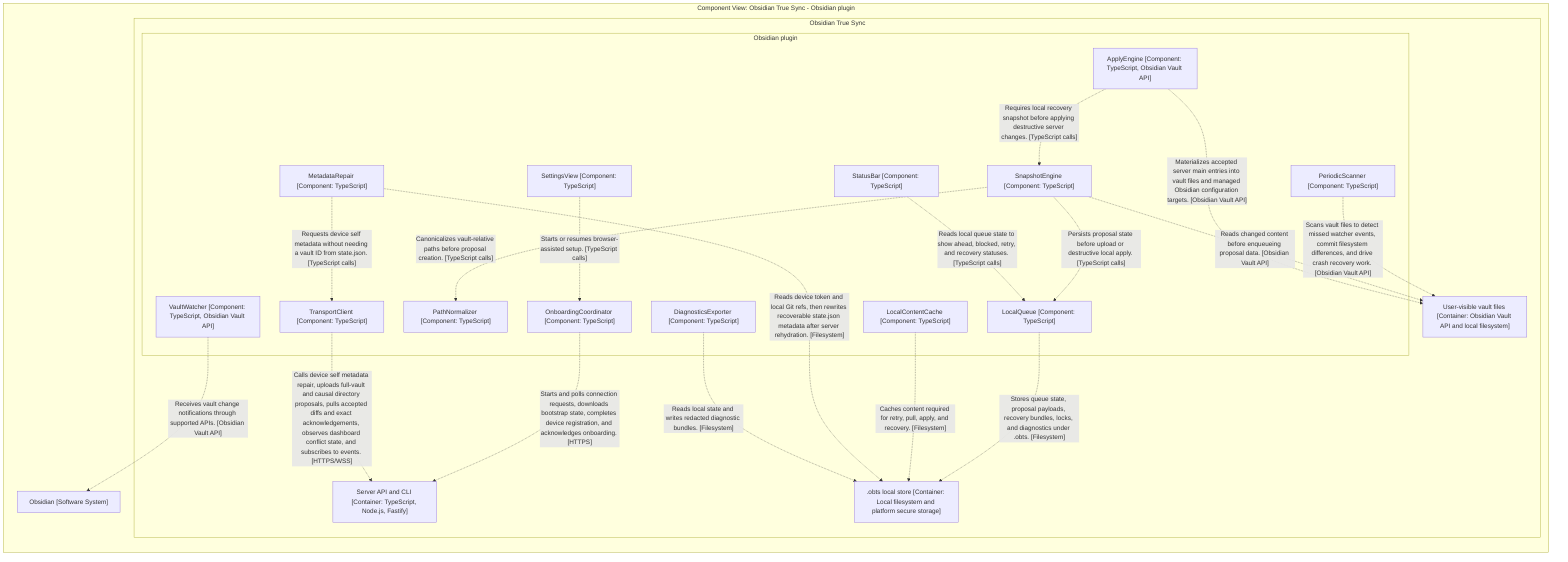
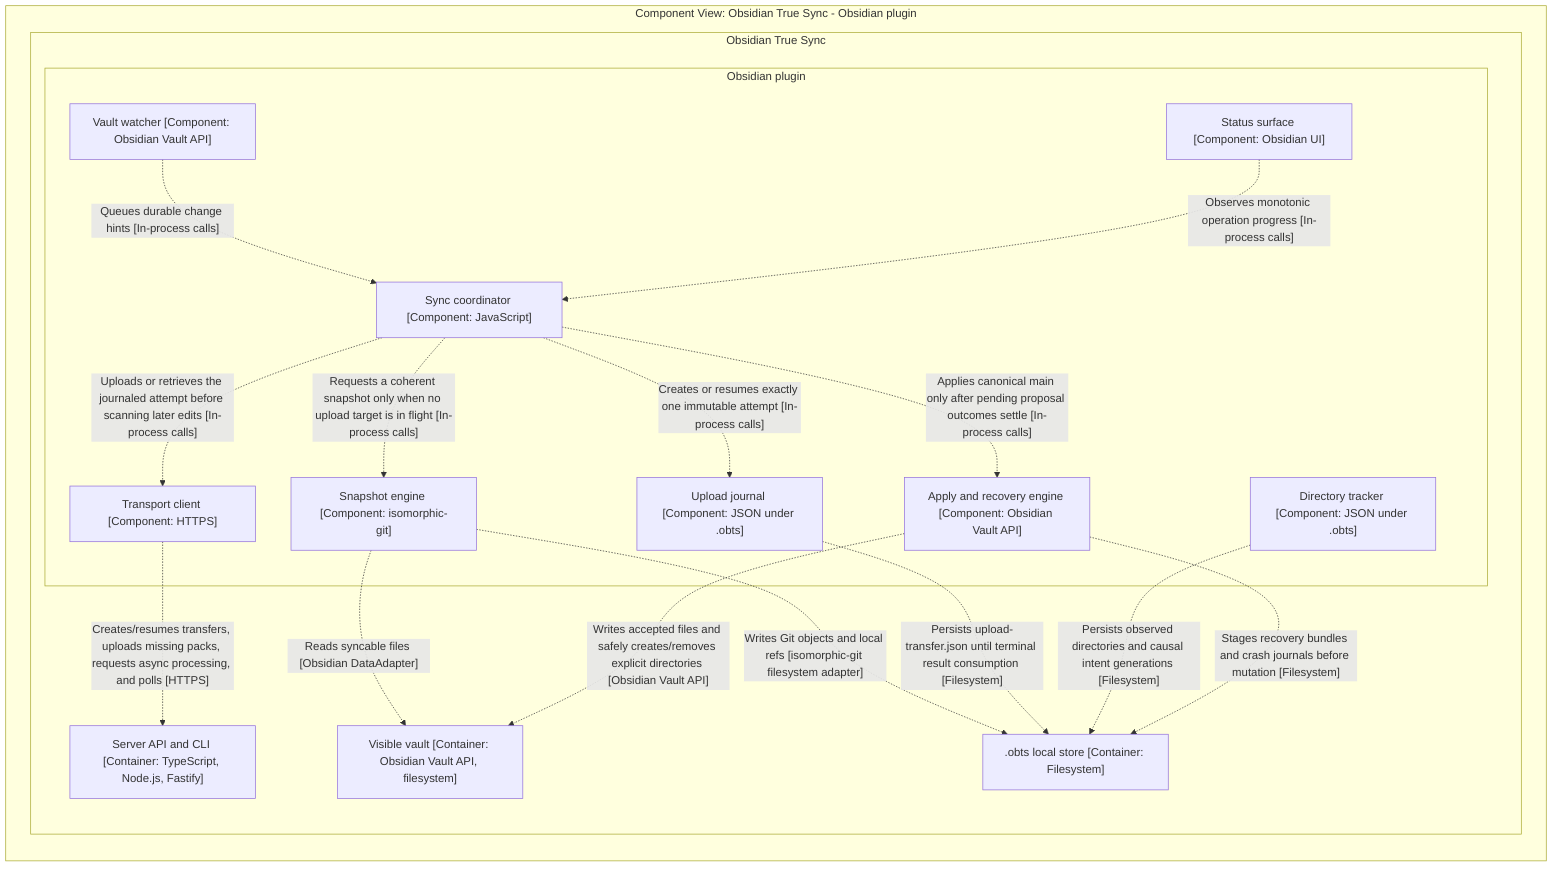
graph LR

  subgraph diagram ["Component View: Obsidian True Sync - Obsidian plugin"]

-     4["Obsidian [Software System]"]
+     subgraph 5 ["Obsidian True Sync"]

-     subgraph 6 ["Obsidian True Sync"]
+       subgraph 6 ["Obsidian plugin"]

-       subgraph 31 ["Obsidian plugin"]
- 
-         32["SettingsView [Component: TypeScript]"]
-         33["OnboardingCoordinator [Component: TypeScript]"]
-         34["StatusBar [Component: TypeScript]"]
-         35["VaultWatcher [Component: TypeScript, Obsidian Vault API]"]
-         36["PeriodicScanner [Component: TypeScript]"]
-         37["PathNormalizer [Component: TypeScript]"]
-         38["SnapshotEngine [Component: TypeScript]"]
-         39["LocalQueue [Component: TypeScript]"]
-         40["LocalContentCache [Component: TypeScript]"]
-         41["MetadataRepair [Component: TypeScript]"]
-         42["TransportClient [Component: TypeScript]"]
-         43["ApplyEngine [Component: TypeScript, Obsidian Vault API]"]
-         44["DiagnosticsExporter [Component: TypeScript]"]
+         10["Upload journal [Component: JSON under .obts]"]
+         11["Transport client [Component: HTTPS]"]
+         12["Directory tracker [Component: JSON under .obts]"]
+         13["Apply and recovery engine [Component: Obsidian Vault API]"]
+         14["Status surface [Component: Obsidian UI]"]
+         7["Vault watcher [Component: Obsidian Vault API]"]
+         8["Sync coordinator [Component: JavaScript]"]
+         9["Snapshot engine [Component: isomorphic-git]"]
      end

-       45["User-visible vault files [Container: Obsidian Vault API and local filesystem]"]
-       46[".obts local store [Container: Local filesystem and platform secure storage]"]
-       7["Server API and CLI [Container: TypeScript, Node.js, Fastify]"]
+       20["Server API and CLI [Container: TypeScript, Node.js, Fastify]"]
+       29["Visible vault [Container: Obsidian Vault API, filesystem]"]
+       30[".obts local store [Container: Filesystem]"]
    end

-     32-. "Starts or resumes browser-assisted setup. [TypeScript calls]" .->33
-     33-. "Starts and polls connection requests, downloads bootstrap state, completes device registration, and acknowledges onboarding. [HTTPS]" .->7
-     35-. "Receives vault change notifications through supported APIs. [Obsidian Vault API]" .->4
-     36-. "Scans vault files to detect missed watcher events, commit filesystem differences, and drive crash recovery work. [Obsidian Vault API]" .->45
-     38-. "Canonicalizes vault-relative paths before proposal creation. [TypeScript calls]" .->37
-     38-. "Reads changed content before enqueueing proposal data. [Obsidian Vault API]" .->45
-     38-. "Persists proposal state before upload or destructive local apply. [TypeScript calls]" .->39
-     39-. "Stores queue state, proposal payloads, recovery bundles, locks, and diagnostics under .obts. [Filesystem]" .->46
-     40-. "Caches content required for retry, pull, apply, and recovery. [Filesystem]" .->46
-     41-. "Reads device token and local Git refs, then rewrites recoverable state.json metadata after server rehydration. [Filesystem]" .->46
-     41-. "Requests device self metadata without needing a vault ID from state.json. [TypeScript calls]" .->42
-     42-. "Calls device self metadata repair, uploads full-vault and causal directory proposals, pulls accepted diffs and exact acknowledgements, observes dashboard conflict state, and subscribes to events. [HTTPS/WSS]" .->7
-     43-. "Requires local recovery snapshot before applying destructive server changes. [TypeScript calls]" .->38
-     43-. "Materializes accepted server main entries into vault files and managed Obsidian configuration targets. [Obsidian Vault API]" .->45
-     34-. "Reads local queue state to show ahead, blocked, retry, and recovery statuses. [TypeScript calls]" .->39
-     44-. "Reads local state and writes redacted diagnostic bundles. [Filesystem]" .->46
+     7-. "Queues durable change hints [In-process calls]" .->8
+     8-. "Requests a coherent snapshot only when no upload target is in flight [In-process calls]" .->9
+     9-. "Reads syncable files [Obsidian DataAdapter]" .->29
+     9-. "Writes Git objects and local refs [isomorphic-git filesystem adapter]" .->30
+     8-. "Creates or resumes exactly one immutable attempt [In-process calls]" .->10
+     10-. "Persists upload-transfer.json until terminal result consumption [Filesystem]" .->30
+     8-. "Uploads or retrieves the journaled attempt before scanning later edits [In-process calls]" .->11
+     11-. "Creates/resumes transfers, uploads missing packs, requests async processing, and polls [HTTPS]" .->20
+     12-. "Persists observed directories and causal intent generations [Filesystem]" .->30
+     8-. "Applies canonical main only after pending proposal outcomes settle [In-process calls]" .->13
+     13-. "Writes accepted files and safely creates/removes explicit directories [Obsidian Vault API]" .->29
+     13-. "Stages recovery bundles and crash journals before mutation [Filesystem]" .->30
+     14-. "Observes monotonic operation progress [In-process calls]" .->8

  end
